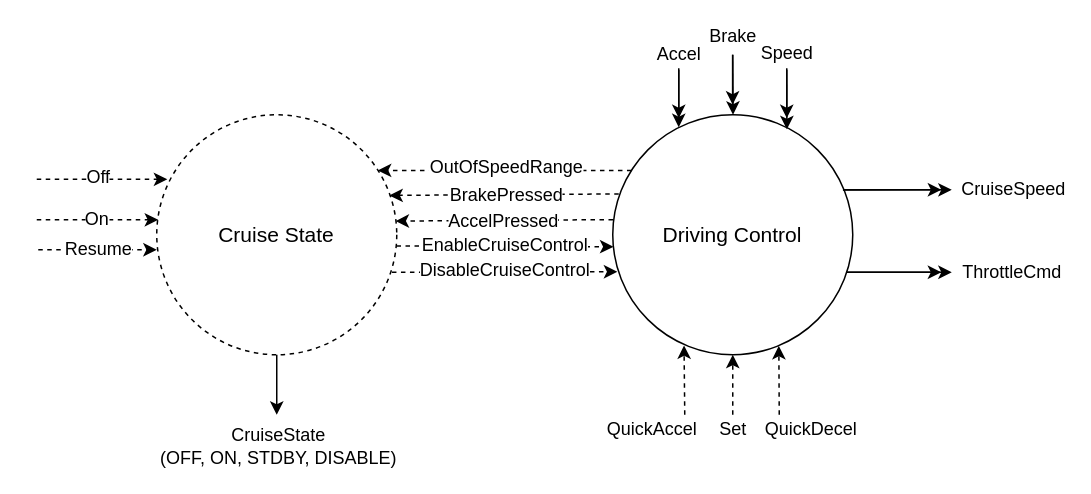
Before: Diagrams/refinement.drawio in jacoballen4534/Cruise-Controller, a draw.io diagram. Source tidied: cells renumbered, new cells numbered last; positions are measured from the earlier drawing's top-left corner, leaving out a move shared by most shapes. Both pictures are drawn from the tidied source at 150%, with x=0, y=0 at pixel (36, 54).
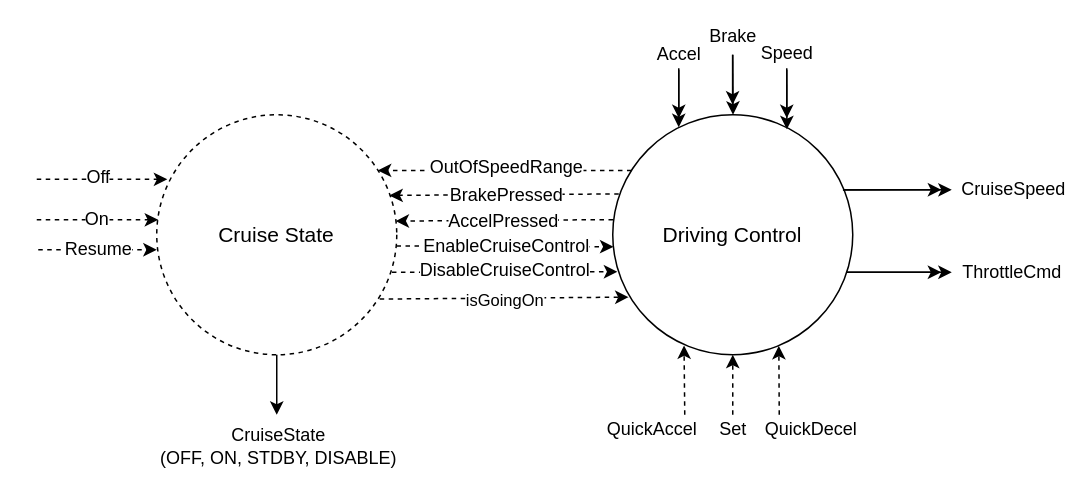
Above is the later version.

Commit message (it also covers changes not shown here):
Add isGoingOn to the context diagrams

The change refers to these unchanged cells:
```xml
<mxCell id="2" value="Driving Control" style="ellipse;whiteSpace=wrap;html=1;fontSize=14;" parent="1" vertex="1">
  <mxGeometry x="384" y="40" width="160" height="160" as="geometry" />
</mxCell>
<mxCell id="3" value="Cruise State" style="ellipse;whiteSpace=wrap;html=1;dashed=1;fontSize=14;" parent="1" vertex="1">
  <mxGeometry x="80" y="40" width="160" height="160" as="geometry" />
</mxCell>
<mxCell id="30" style="endArrow=classic;html=1;exitX=0.999;exitY=0.547;exitDx=0;exitDy=0;exitPerimeter=0;entryX=0.003;entryY=0.55;entryDx=0;entryDy=0;entryPerimeter=0;dashed=1;" parent="1" edge="1" source="3" target="2">
  <mxGeometry relative="1" as="geometry" />
</mxCell>
```

What changed in the source:
```diff
@@
     <mxCell id="31" value="&lt;font style=&quot;font-size: 12px&quot;&gt;Enable&lt;/font&gt;&lt;span style=&quot;font-size: 12px&quot;&gt;CruiseControl&lt;/span&gt;" style="edgeLabel;html=1;align=center;verticalAlign=middle;" parent="30" vertex="1">
       <mxGeometry x="0.37" y="1" relative="1" as="geometry">
-        <mxPoint x="-27" y="0.1" as="offset" />
+        <mxPoint x="-26.7" y="1.1" as="offset" />
       </mxGeometry>
     </mxCell>
@@
+    <mxCell id="34" style="endArrow=classic;html=1;entryX=0.066;entryY=0.76;entryDx=0;entryDy=0;entryPerimeter=0;exitX=0.929;exitY=0.768;exitDx=0;exitDy=0;exitPerimeter=0;dashed=1;" parent="1" edge="1" source="3" target="2">
+      <mxGeometry relative="1" as="geometry" />
+    </mxCell>
+    <mxCell id="35" value="isGoingOn" style="edgeLabel;html=1;align=center;verticalAlign=middle;" parent="34" vertex="1">
+      <mxGeometry x="-0.14" relative="1" as="geometry">
+        <mxPoint x="11.9" y="0.7" as="offset" />
+      </mxGeometry>
+    </mxCell>
```
